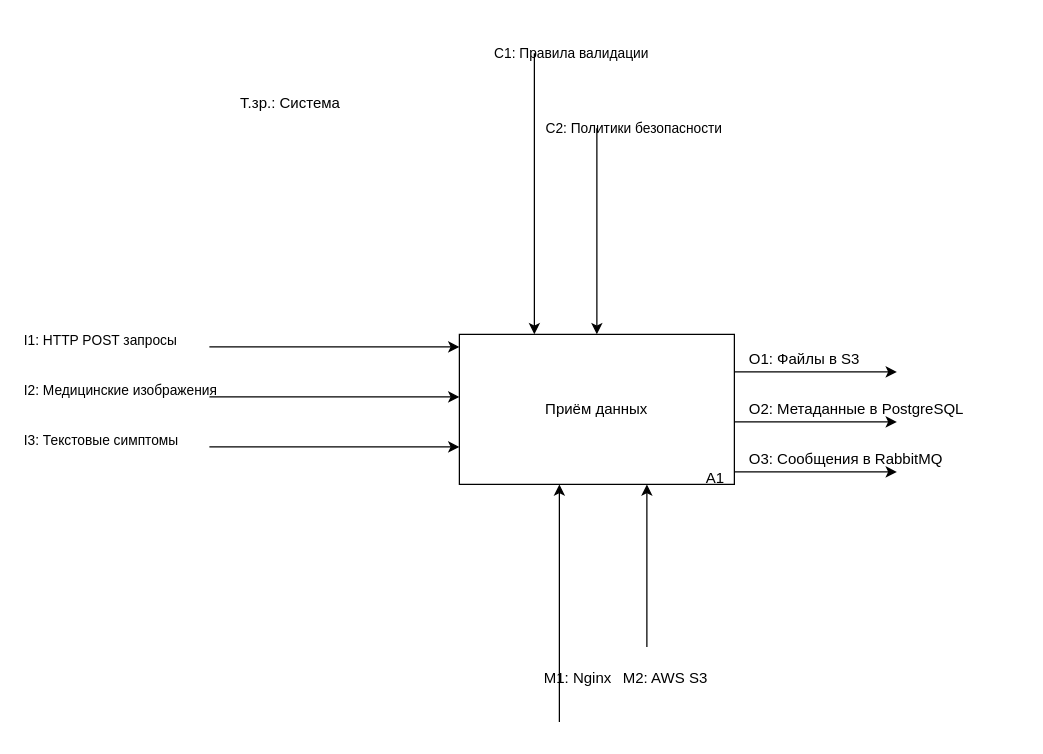
Before: diagrams-codes/IDEF0_A1.drawio in Edisheri/system-engineering-playbook, a draw.io diagram. Source tidied: cells renumbered, new cells numbered last; positions are measured from the earlier drawing's top-left corner, leaving out a move shared by most shapes. Both pictures are drawn from the tidied source at 125%, with x=0, y=0 at pixel (21, 21).
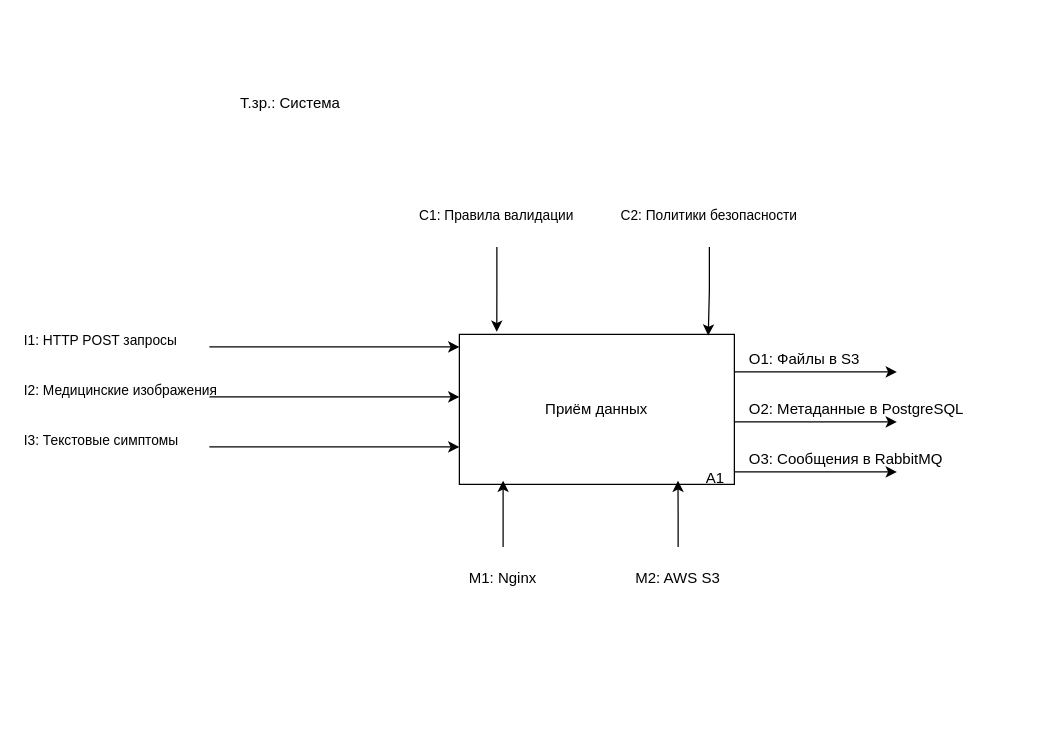
The same page after the edit.

Unchanged cells that the change refers to:
```xml
<mxCell id="2" value="Приём данных" style="rounded=0;whiteSpace=wrap;html=1;" parent="1" vertex="1">
  <mxGeometry x="350" y="250" width="220" height="120" as="geometry" />
</mxCell>
```

Change to the diagram source:
```diff
@@
-    <mxCell id="17" style="endArrow=classic;html=1;rounded=0;" parent="1" edge="1">
-      <mxGeometry relative="1" as="geometry">
-        <mxPoint x="410" y="25" as="sourcePoint" />
-        <mxPoint x="410" y="250" as="targetPoint" />
-      </mxGeometry>
-    </mxCell>
     <mxCell id="18" value="C1: Правила валидации" style="text;html=1;align=center;verticalAlign=middle;whiteSpace=wrap;rounded=0;fontSize=11;" parent="1" vertex="1">
-      <mxGeometry x="350" width="180" height="50" as="geometry" />
+      <mxGeometry x="290" y="130" width="180" height="50" as="geometry" />
     </mxCell>
-    <mxCell id="19" style="endArrow=classic;html=1;rounded=0;" parent="1" edge="1">
-      <mxGeometry relative="1" as="geometry">
-        <mxPoint x="460" y="85" as="sourcePoint" />
-        <mxPoint x="460" y="250" as="targetPoint" />
-      </mxGeometry>
-    </mxCell>
     <mxCell id="20" value="C2: Политики безопасности" style="text;html=1;align=center;verticalAlign=middle;whiteSpace=wrap;rounded=0;fontSize=11;" parent="1" vertex="1">
-      <mxGeometry x="390" y="60" width="200" height="50" as="geometry" />
+      <mxGeometry x="450" y="130" width="200" height="50" as="geometry" />
     </mxCell>
-    <mxCell id="21" style="endArrow=classic;html=1;rounded=0;" parent="1" edge="1">
-      <mxGeometry relative="1" as="geometry">
-        <mxPoint x="430" y="560" as="sourcePoint" />
-        <mxPoint x="430" y="370" as="targetPoint" />
-      </mxGeometry>
-    </mxCell>
     <mxCell id="22" value="M1: Nginx" style="text;html=1;align=center;verticalAlign=middle;whiteSpace=wrap;rounded=0;" parent="1" vertex="1">
-      <mxGeometry x="370" y="500" width="150" height="50" as="geometry" />
+      <mxGeometry x="310" y="420" width="150" height="50" as="geometry" />
     </mxCell>
-    <mxCell id="23" style="endArrow=classic;html=1;rounded=0;" parent="1" edge="1">
-      <mxGeometry relative="1" as="geometry">
-        <mxPoint x="500" y="500" as="sourcePoint" />
-        <mxPoint x="500" y="370" as="targetPoint" />
-      </mxGeometry>
-    </mxCell>
     <mxCell id="24" value="M2: AWS S3" style="text;html=1;align=center;verticalAlign=middle;whiteSpace=wrap;rounded=0;" parent="1" vertex="1">
-      <mxGeometry x="440" y="500" width="150" height="50" as="geometry" />
+      <mxGeometry x="450" y="420" width="150" height="50" as="geometry" />
     </mxCell>
+    <mxCell id="25" style="edgeStyle=orthogonalEdgeStyle;rounded=0;jettySize=auto;html=1;entryX=0.905;entryY=0.008;entryDx=0;entryDy=0;entryPerimeter=0;" parent="1" edge="1" source="20" target="2">
+      <mxGeometry relative="1" as="geometry" />
+    </mxCell>
+    <mxCell id="26" style="edgeStyle=orthogonalEdgeStyle;rounded=0;jettySize=auto;html=1;entryX=0.136;entryY=-0.017;entryDx=0;entryDy=0;entryPerimeter=0;" parent="1" edge="1" source="18" target="2">
+      <mxGeometry relative="1" as="geometry" />
+    </mxCell>
+    <mxCell id="27" style="edgeStyle=orthogonalEdgeStyle;rounded=0;jettySize=auto;html=1;entryX=0.159;entryY=0.975;entryDx=0;entryDy=0;entryPerimeter=0;" parent="1" edge="1" source="22" target="2">
+      <mxGeometry relative="1" as="geometry" />
+    </mxCell>
+    <mxCell id="28" style="edgeStyle=orthogonalEdgeStyle;rounded=0;jettySize=auto;html=1;entryX=0.795;entryY=0.975;entryDx=0;entryDy=0;entryPerimeter=0;" parent="1" edge="1" source="24" target="2">
+      <mxGeometry relative="1" as="geometry" />
+    </mxCell>
```
